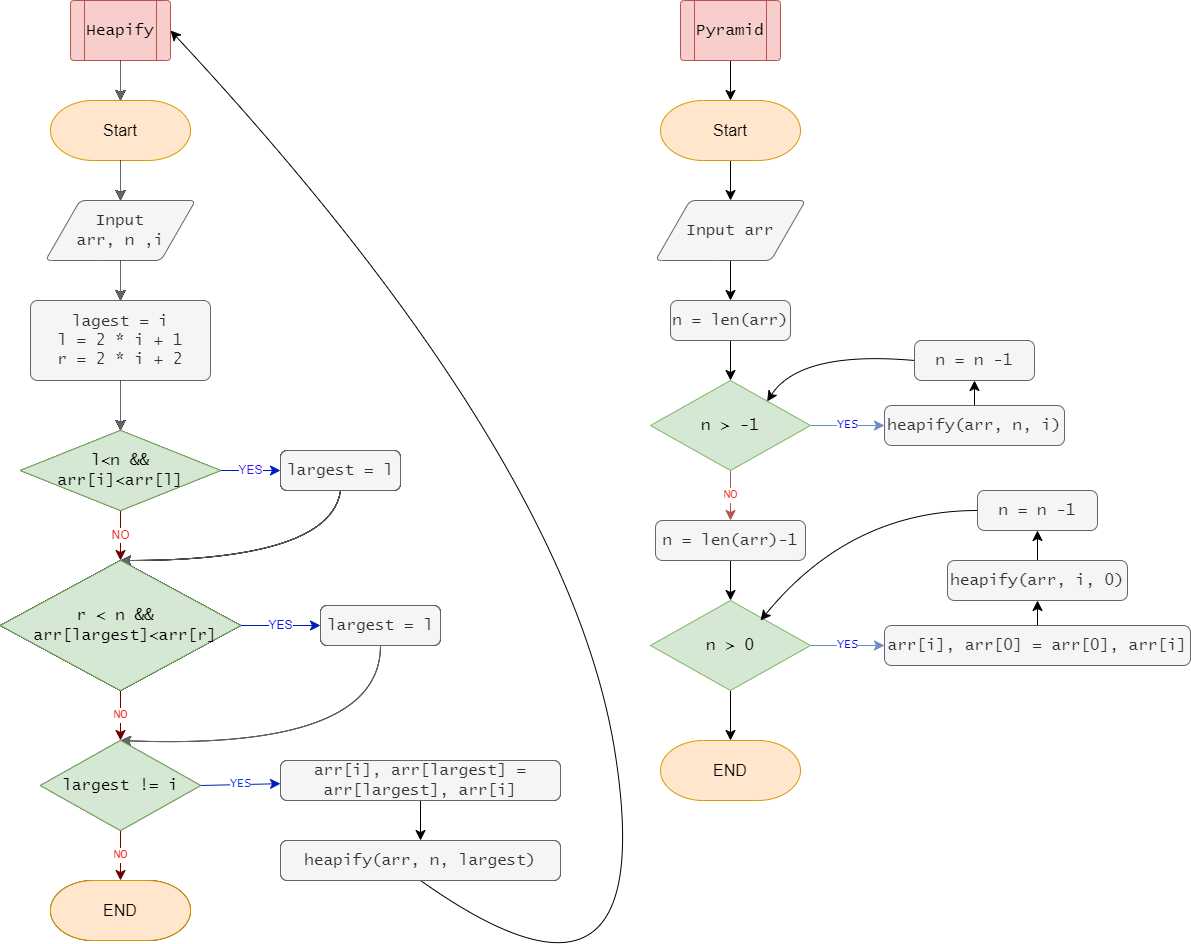
The draw.io diagram research_doc/flowcharts/pyramid.drawio.png in orenvadi/LABs, before a commit. Source tidied: cells renumbered, new cells last; positions are measured from the earlier drawing's top-left corner, leaving out a move shared by most shapes.
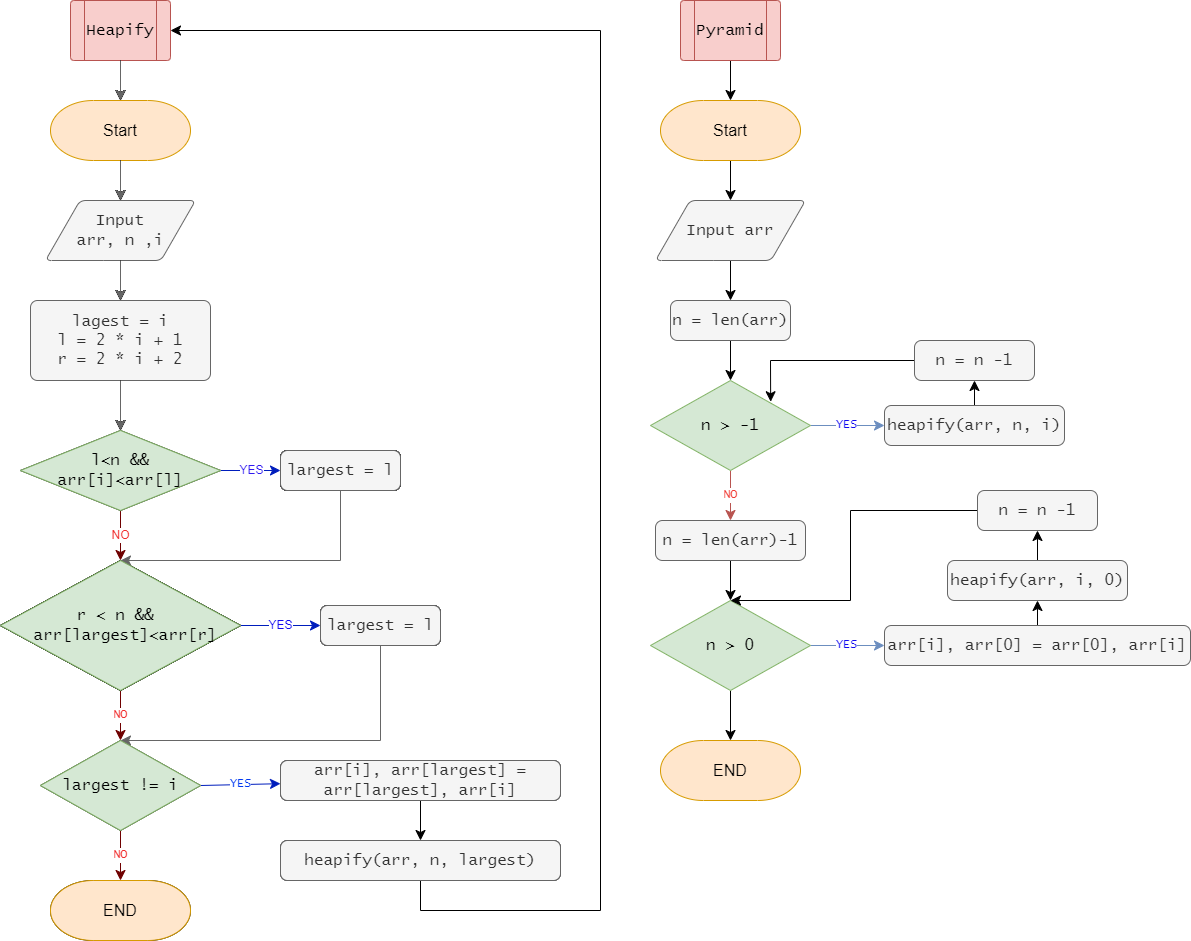
Later version of the same file.

Change to the diagram source:
```diff
@@ -29,13 +29,6 @@
     <mxCell id="10" value="&lt;div&gt;l&amp;lt;n &amp;amp;&amp;amp;&lt;/div&gt;&lt;div&gt;arr[i]&amp;lt;arr[l]&lt;/div&gt;" style="strokeWidth=1;html=1;shape=mxgraph.flowchart.decision;whiteSpace=wrap;rounded=1;fontSize=16;fontFamily=Lucida Console;" parent="1" vertex="1">
       <mxGeometry x="20" y="430" width="200" height="80" as="geometry" />
     </mxCell>
-    <mxCell id="11" style="edgeStyle=none;curved=1;rounded=1;jettySize=auto;html=1;exitX=0.5;exitY=1;exitDx=0;exitDy=0;entryX=0.5;entryY=0;entryDx=0;entryDy=0;entryPerimeter=0;fontSize=12;startSize=8;endSize=8;strokeWidth=1;" parent="1" edge="1" source="12" target="15">
-      <mxGeometry relative="1" as="geometry">
-        <Array as="points">
-          <mxPoint x="330" y="560" />
-        </Array>
-      </mxGeometry>
-    </mxCell>
     <mxCell id="12" value="largest = l" style="rounded=1;whiteSpace=wrap;html=1;absoluteArcSize=1;arcSize=14;strokeWidth=1;fontSize=16;fontFamily=Lucida Console;" parent="1" vertex="1">
       <mxGeometry x="280" y="450" width="120" height="40" as="geometry" />
     </mxCell>
@@ -48,13 +41,6 @@
     <mxCell id="15" value="&lt;div&gt;r &amp;lt; n &amp;amp;&amp;amp;&amp;nbsp;&lt;/div&gt;&lt;div&gt;&amp;nbsp;arr[largest]&amp;lt;arr[r]&lt;/div&gt;" style="strokeWidth=1;html=1;shape=mxgraph.flowchart.decision;whiteSpace=wrap;rounded=1;fontSize=16;fontFamily=Lucida Console;" parent="1" vertex="1">
       <mxGeometry y="560" width="240" height="130" as="geometry" />
     </mxCell>
-    <mxCell id="16" style="edgeStyle=none;curved=1;rounded=1;jettySize=auto;html=1;exitX=0.5;exitY=1;exitDx=0;exitDy=0;entryX=0.5;entryY=0;entryDx=0;entryDy=0;entryPerimeter=0;strokeWidth=1;fontFamily=Lucida Console;fontSize=12;fontColor=#F02B2B;startSize=8;endSize=8;" parent="1" edge="1" source="17" target="20">
-      <mxGeometry relative="1" as="geometry">
-        <Array as="points">
-          <mxPoint x="380" y="750" />
-        </Array>
-      </mxGeometry>
-    </mxCell>
     <mxCell id="17" value="largest = l" style="rounded=1;whiteSpace=wrap;html=1;absoluteArcSize=1;arcSize=14;strokeWidth=1;fontSize=16;fontFamily=Lucida Console;" parent="1" vertex="1">
       <mxGeometry x="320" y="605" width="120" height="40" as="geometry" />
     </mxCell>
@@ -73,11 +59,12 @@
     <mxCell id="22" value="arr[i], arr[largest] = arr[largest], arr[i]" style="rounded=1;whiteSpace=wrap;html=1;absoluteArcSize=1;arcSize=14;strokeWidth=1;fontSize=16;fontFamily=Lucida Console;" parent="1" vertex="1">
       <mxGeometry x="280" y="760" width="280" height="40" as="geometry" />
     </mxCell>
-    <mxCell id="23" style="edgeStyle=none;curved=1;rounded=1;jettySize=auto;html=1;exitX=0.5;exitY=1;exitDx=0;exitDy=0;entryX=1;entryY=0.5;entryDx=0;entryDy=0;strokeWidth=1;fontFamily=Lucida Console;fontSize=12;fontColor=#F0F0F0;startSize=8;endSize=8;" parent="1" edge="1" source="24" target="27">
+    <mxCell id="23" style="edgeStyle=none;rounded=0;jettySize=auto;html=1;exitX=0.5;exitY=1;exitDx=0;exitDy=0;entryX=1;entryY=0.5;entryDx=0;entryDy=0;strokeWidth=1;fontFamily=Lucida Console;fontSize=12;fontColor=#F0F0F0;startSize=8;endSize=8;" parent="1" edge="1" source="24" target="27">
       <mxGeometry relative="1" as="geometry">
         <Array as="points">
-          <mxPoint x="660" y="1050" />
-          <mxPoint x="570" y="460" />
+          <mxPoint x="420" y="910" />
+          <mxPoint x="600" y="910" />
+          <mxPoint x="600" y="30" />
         </Array>
       </mxGeometry>
     </mxCell>
@@ -123,13 +110,6 @@
     <mxCell id="33" value="largest = l" style="rounded=1;whiteSpace=wrap;html=1;absoluteArcSize=1;arcSize=14;strokeWidth=1;fontSize=16;fontFamily=Lucida Console;" parent="1" vertex="1">
       <mxGeometry x="280" y="450" width="120" height="40" as="geometry" />
     </mxCell>
-    <mxCell id="34" style="edgeStyle=none;curved=1;rounded=1;jettySize=auto;html=1;exitX=0.5;exitY=1;exitDx=0;exitDy=0;entryX=0.5;entryY=0;entryDx=0;entryDy=0;entryPerimeter=0;fontSize=12;startSize=8;endSize=8;strokeWidth=1;" parent="1" edge="1" source="33" target="35">
-      <mxGeometry relative="1" as="geometry">
-        <Array as="points">
-          <mxPoint x="330" y="560" />
-        </Array>
-      </mxGeometry>
-    </mxCell>
     <mxCell id="35" value="&lt;div&gt;r &amp;lt; n &amp;amp;&amp;amp;&amp;nbsp;&lt;/div&gt;&lt;div&gt;&amp;nbsp;arr[largest]&amp;lt;arr[r]&lt;/div&gt;" style="strokeWidth=1;html=1;shape=mxgraph.flowchart.decision;whiteSpace=wrap;rounded=1;fontSize=16;fontFamily=Lucida Console;" parent="1" vertex="1">
       <mxGeometry y="560" width="240" height="130" as="geometry" />
     </mxCell>
@@ -160,13 +140,6 @@
     <mxCell id="40" value="largest = l" style="rounded=1;whiteSpace=wrap;html=1;absoluteArcSize=1;arcSize=14;strokeWidth=1;fontSize=16;fontFamily=Lucida Console;" parent="1" vertex="1">
       <mxGeometry x="280" y="450" width="120" height="40" as="geometry" />
     </mxCell>
-    <mxCell id="41" style="edgeStyle=none;curved=1;rounded=1;jettySize=auto;html=1;exitX=0.5;exitY=1;exitDx=0;exitDy=0;entryX=0.5;entryY=0;entryDx=0;entryDy=0;entryPerimeter=0;fontSize=12;startSize=8;endSize=8;strokeWidth=1;" parent="1" edge="1" source="40" target="42">
-      <mxGeometry relative="1" as="geometry">
-        <Array as="points">
-          <mxPoint x="330" y="560" />
-        </Array>
-      </mxGeometry>
-    </mxCell>
     <mxCell id="42" value="&lt;div&gt;r &amp;lt; n &amp;amp;&amp;amp;&amp;nbsp;&lt;/div&gt;&lt;div&gt;&amp;nbsp;arr[largest]&amp;lt;arr[r]&lt;/div&gt;" style="strokeWidth=1;html=1;shape=mxgraph.flowchart.decision;whiteSpace=wrap;rounded=1;fontSize=16;fontFamily=Lucida Console;" parent="1" vertex="1">
       <mxGeometry y="560" width="240" height="130" as="geometry" />
     </mxCell>
@@ -200,10 +173,10 @@
     <mxCell id="48" value="largest = l" style="rounded=1;whiteSpace=wrap;html=1;absoluteArcSize=1;arcSize=14;strokeWidth=1;fontSize=16;fontFamily=Lucida Console;fillColor=#f5f5f5;strokeColor=#666666;fontColor=#333333;" parent="1" vertex="1">
       <mxGeometry x="280" y="450" width="120" height="40" as="geometry" />
     </mxCell>
-    <mxCell id="49" style="edgeStyle=none;curved=1;rounded=1;jettySize=auto;html=1;exitX=0.5;exitY=1;exitDx=0;exitDy=0;entryX=0.5;entryY=0;entryDx=0;entryDy=0;entryPerimeter=0;fontSize=12;startSize=8;endSize=8;strokeWidth=1;fillColor=#f5f5f5;strokeColor=#666666;" parent="1" edge="1" source="48" target="50">
+    <mxCell id="49" style="edgeStyle=none;rounded=0;jettySize=auto;html=1;exitX=0.5;exitY=1;exitDx=0;exitDy=0;entryX=0.5;entryY=0;entryDx=0;entryDy=0;entryPerimeter=0;fontSize=12;startSize=8;endSize=8;strokeWidth=1;fillColor=#f5f5f5;strokeColor=#666666;" parent="1" edge="1" source="48" target="50">
       <mxGeometry relative="1" as="geometry">
         <Array as="points">
-          <mxPoint x="330" y="560" />
+          <mxPoint x="340" y="560" />
         </Array>
       </mxGeometry>
     </mxCell>
@@ -213,11 +186,11 @@
     <mxCell id="51" value="largest = l" style="rounded=1;whiteSpace=wrap;html=1;absoluteArcSize=1;arcSize=14;strokeWidth=1;fontSize=16;fontFamily=Lucida Console;fillColor=#f5f5f5;strokeColor=#666666;fontColor=#333333;" parent="1" vertex="1">
       <mxGeometry x="320" y="605" width="120" height="40" as="geometry" />
     </mxCell>
-    <mxCell id="52" style="edgeStyle=none;curved=1;rounded=1;jettySize=auto;html=1;exitX=0.5;exitY=1;exitDx=0;exitDy=0;entryX=0.5;entryY=0;entryDx=0;entryDy=0;entryPerimeter=0;strokeWidth=1;fontFamily=Lucida Console;fontSize=12;fontColor=#F02B2B;startSize=8;endSize=8;fillColor=#f5f5f5;strokeColor=#666666;" parent="1" edge="1" target="53">
+    <mxCell id="52" style="edgeStyle=none;rounded=0;jettySize=auto;html=1;exitX=0.5;exitY=1;exitDx=0;exitDy=0;entryX=0.5;entryY=0;entryDx=0;entryDy=0;entryPerimeter=0;strokeWidth=1;fontFamily=Lucida Console;fontSize=12;fontColor=#F02B2B;startSize=8;endSize=8;fillColor=#f5f5f5;strokeColor=#666666;" parent="1" edge="1" target="53">
       <mxGeometry relative="1" as="geometry">
         <mxPoint x="380" y="645" as="sourcePoint" />
         <Array as="points">
-          <mxPoint x="380" y="750" />
+          <mxPoint x="380" y="740" />
         </Array>
       </mxGeometry>
     </mxCell>
@@ -278,10 +251,10 @@
     <mxCell id="71" value="heapify(arr, n, i)" style="rounded=1;whiteSpace=wrap;html=1;absoluteArcSize=1;arcSize=14;strokeWidth=1;fontSize=16;fontFamily=Lucida Console;fillColor=#f5f5f5;strokeColor=#666666;fontColor=#333333;" parent="1" vertex="1">
       <mxGeometry x="884" y="405" width="180" height="40" as="geometry" />
     </mxCell>
-    <mxCell id="72" style="edgeStyle=none;curved=1;rounded=1;jettySize=auto;html=1;exitX=0;exitY=0.5;exitDx=0;exitDy=0;entryX=0.729;entryY=0.232;entryDx=0;entryDy=0;entryPerimeter=0;strokeWidth=1;fontFamily=Lucida Console;fontSize=12;fontColor=#F02B2B;startSize=8;endSize=8;" parent="1" edge="1" source="73" target="69">
+    <mxCell id="72" style="edgeStyle=none;rounded=0;jettySize=auto;html=1;exitX=0;exitY=0.5;exitDx=0;exitDy=0;entryX=0.751;entryY=0.236;entryDx=0;entryDy=0;entryPerimeter=0;strokeWidth=1;fontFamily=Lucida Console;fontSize=12;fontColor=#F02B2B;startSize=8;endSize=8;" parent="1" edge="1" source="73" target="69">
       <mxGeometry relative="1" as="geometry">
         <Array as="points">
-          <mxPoint x="800" y="350" />
+          <mxPoint x="770" y="360" />
         </Array>
       </mxGeometry>
     </mxCell>
@@ -315,10 +288,11 @@
     <mxCell id="82" value="heapify(arr, i, 0)" style="rounded=1;whiteSpace=wrap;html=1;absoluteArcSize=1;arcSize=14;strokeWidth=1;fontSize=16;fontFamily=Lucida Console;fillColor=#f5f5f5;strokeColor=#666666;fontColor=#333333;" parent="1" vertex="1">
       <mxGeometry x="947" y="560" width="180" height="40" as="geometry" />
     </mxCell>
-    <mxCell id="83" style="edgeStyle=none;curved=1;rounded=1;jettySize=auto;html=1;exitX=0;exitY=0.5;exitDx=0;exitDy=0;entryX=0.688;entryY=0.222;entryDx=0;entryDy=0;entryPerimeter=0;strokeWidth=1;fontFamily=Lucida Console;fontSize=12;fontColor=#110AF0;startSize=8;endSize=8;" parent="1" edge="1" source="84" target="78">
+    <mxCell id="83" style="edgeStyle=none;rounded=0;jettySize=auto;html=1;exitX=0;exitY=0.5;exitDx=0;exitDy=0;entryX=0.5;entryY=0;entryDx=0;entryDy=0;entryPerimeter=0;strokeWidth=1;fontFamily=Lucida Console;fontSize=12;fontColor=#110AF0;startSize=8;endSize=8;" parent="1" edge="1" source="84" target="78">
       <mxGeometry relative="1" as="geometry">
         <Array as="points">
           <mxPoint x="850" y="510" />
+          <mxPoint x="850" y="600" />
         </Array>
       </mxGeometry>
     </mxCell>
```
